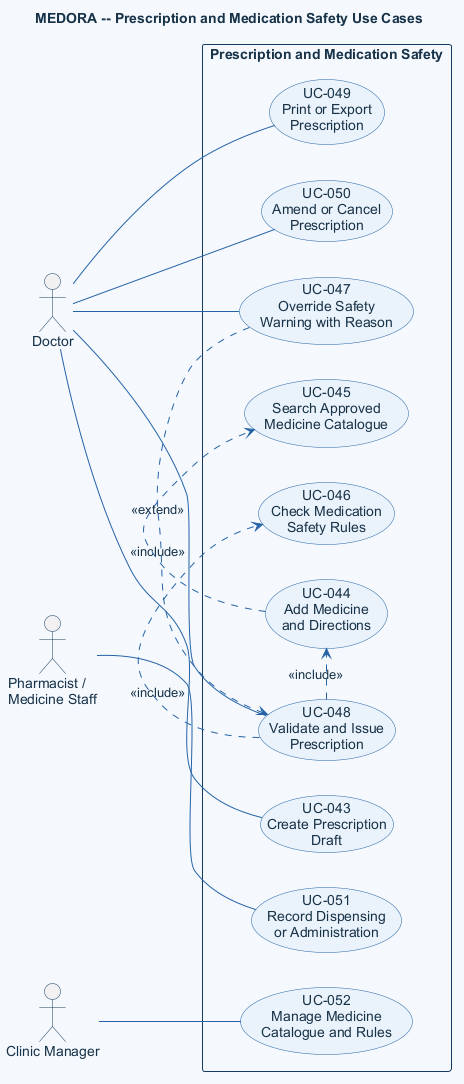
Above: doc/asset/03-system-requirements/use-case-by-function/prescription/figure/prescription-and-medication-safety.png in DucDung-1107/SysDes_2026.1_Group_08 (PlantUML), before the change. The source it was exported from:
```plantuml
@startuml
title MEDORA -- Prescription and Medication Safety Use Cases
left to right direction
skinparam shadowing false
skinparam defaultFontName Arial
skinparam defaultFontColor #183247
skinparam backgroundColor #F5F9FE
skinparam ArrowColor #2563A6
skinparam UsecaseBackgroundColor #EAF3FB
skinparam UsecaseBorderColor #2563A6
skinparam UsecaseFontColor #183247
skinparam ActorBorderColor #163A5F
skinparam ActorFontColor #183247
skinparam RectangleBackgroundColor #F5F9FE
skinparam RectangleBorderColor #163A5F

actor Doctor as doctor
actor "Pharmacist /\nMedicine Staff" as pharmacist
actor "Clinic Manager" as manager

rectangle "Prescription and Medication Safety" {
  usecase "UC-043\nCreate Prescription\nDraft" as draft
  usecase "UC-044\nAdd Medicine\nand Directions" as item
  usecase "UC-045\nSearch Approved\nMedicine Catalogue" as medicine
  usecase "UC-046\nCheck Medication\nSafety Rules" as warning
  usecase "UC-047\nOverride Safety\nWarning with Reason" as override
  usecase "UC-048\nValidate and Issue\nPrescription" as issue
  usecase "UC-049\nPrint or Export\nPrescription" as print
  usecase "UC-050\nAmend or Cancel\nPrescription" as amend
  usecase "UC-051\nRecord Dispensing\nor Administration" as administer
  usecase "UC-052\nManage Medicine\nCatalogue and Rules" as catalogue
}

doctor -- draft
doctor -- issue
doctor -- print
doctor -- amend
doctor -- override
pharmacist -- administer
manager -- catalogue

item .> medicine : <<include>>
override .> issue : <<extend>>
issue .> item : <<include>>
issue .> warning : <<include>>

@enduml
```
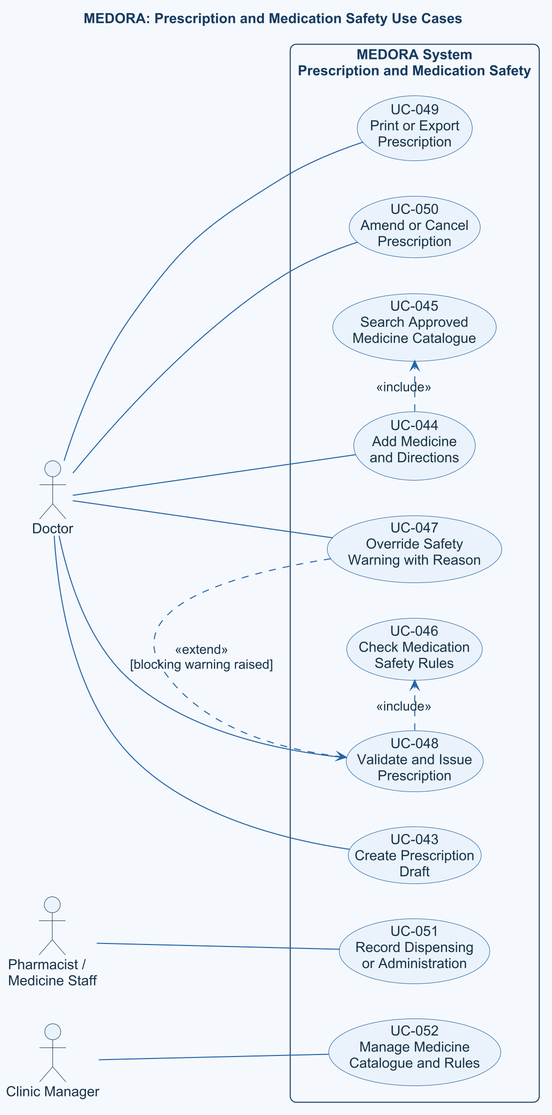
The same file after the commit.

Diff of the diagram source:
```diff
@@ -1,24 +1,14 @@
 @startuml
-title MEDORA -- Prescription and Medication Safety Use Cases
+title MEDORA: Prescription and Medication Safety Use Cases
+!include ../../../../shared/templates/medora-style.puml
+skinparam dpi 192
 left to right direction
-skinparam shadowing false
-skinparam defaultFontName Arial
-skinparam defaultFontColor #183247
-skinparam backgroundColor #F5F9FE
-skinparam ArrowColor #2563A6
-skinparam UsecaseBackgroundColor #EAF3FB
-skinparam UsecaseBorderColor #2563A6
-skinparam UsecaseFontColor #183247
-skinparam ActorBorderColor #163A5F
-skinparam ActorFontColor #183247
-skinparam RectangleBackgroundColor #F5F9FE
-skinparam RectangleBorderColor #163A5F
 
 actor Doctor as doctor
 actor "Pharmacist /\nMedicine Staff" as pharmacist
 actor "Clinic Manager" as manager
 
-rectangle "Prescription and Medication Safety" {
+rectangle "MEDORA System\nPrescription and Medication Safety" {
   usecase "UC-043\nCreate Prescription\nDraft" as draft
   usecase "UC-044\nAdd Medicine\nand Directions" as item
   usecase "UC-045\nSearch Approved\nMedicine Catalogue" as medicine
@@ -32,6 +22,7 @@
 }
 
 doctor -- draft
+doctor -- item
 doctor -- issue
 doctor -- print
 doctor -- amend
@@ -40,8 +31,7 @@
 manager -- catalogue
 
 item .> medicine : <<include>>
-override .> issue : <<extend>>
-issue .> item : <<include>>
+override .> issue : <<extend>>\n[blocking warning raised]
 issue .> warning : <<include>>
 
 @enduml
```
